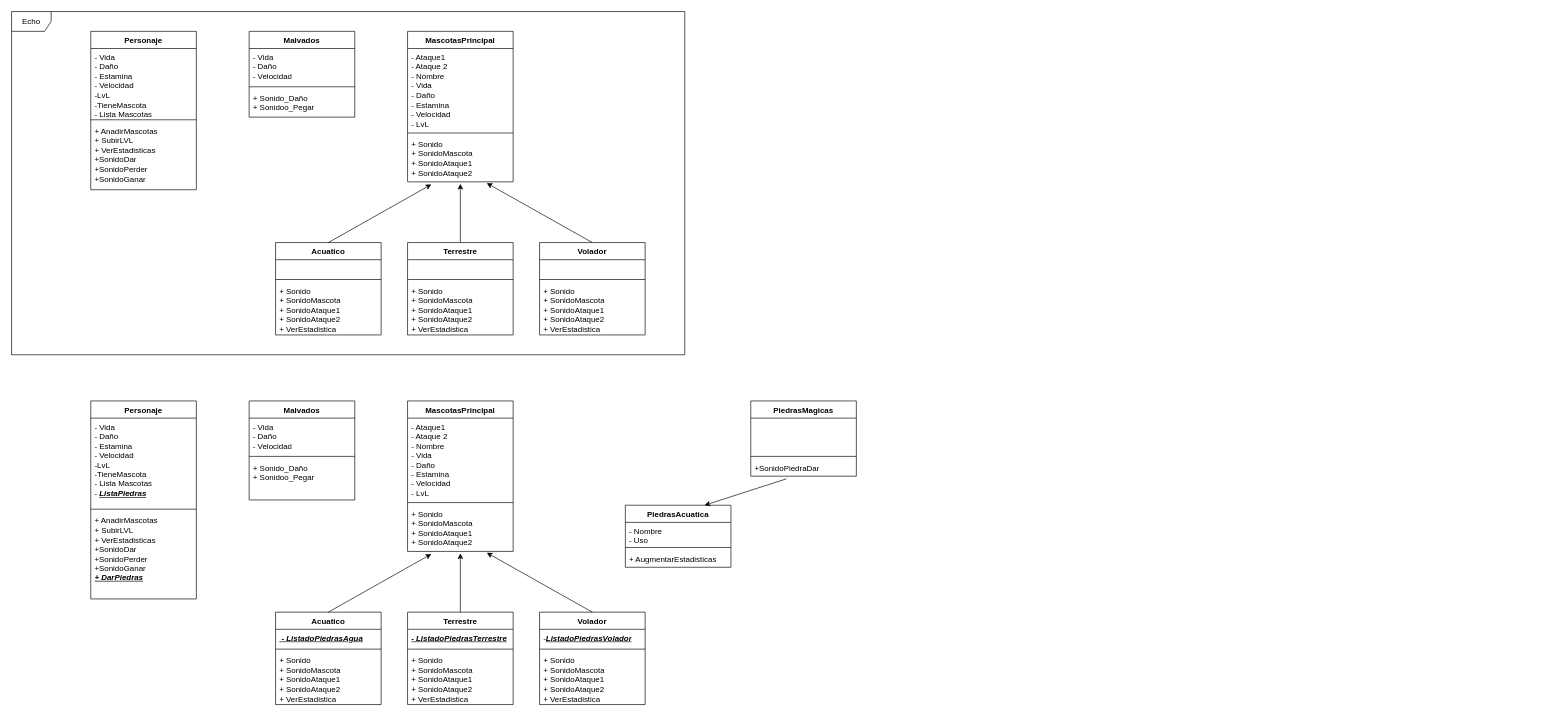
PereMateuRodriguez/Proyecto_Pokimin keeps this draw.io diagram as Diagrama.drawio. Above is the earlier version. Source tidied: cells renumbered, new cells numbered last; positions are measured from the earlier drawing's top-left corner, leaving out a move shared by most shapes. Both pictures are drawn from the tidied source at 66%, with x=0, y=0 at pixel (11, 11).
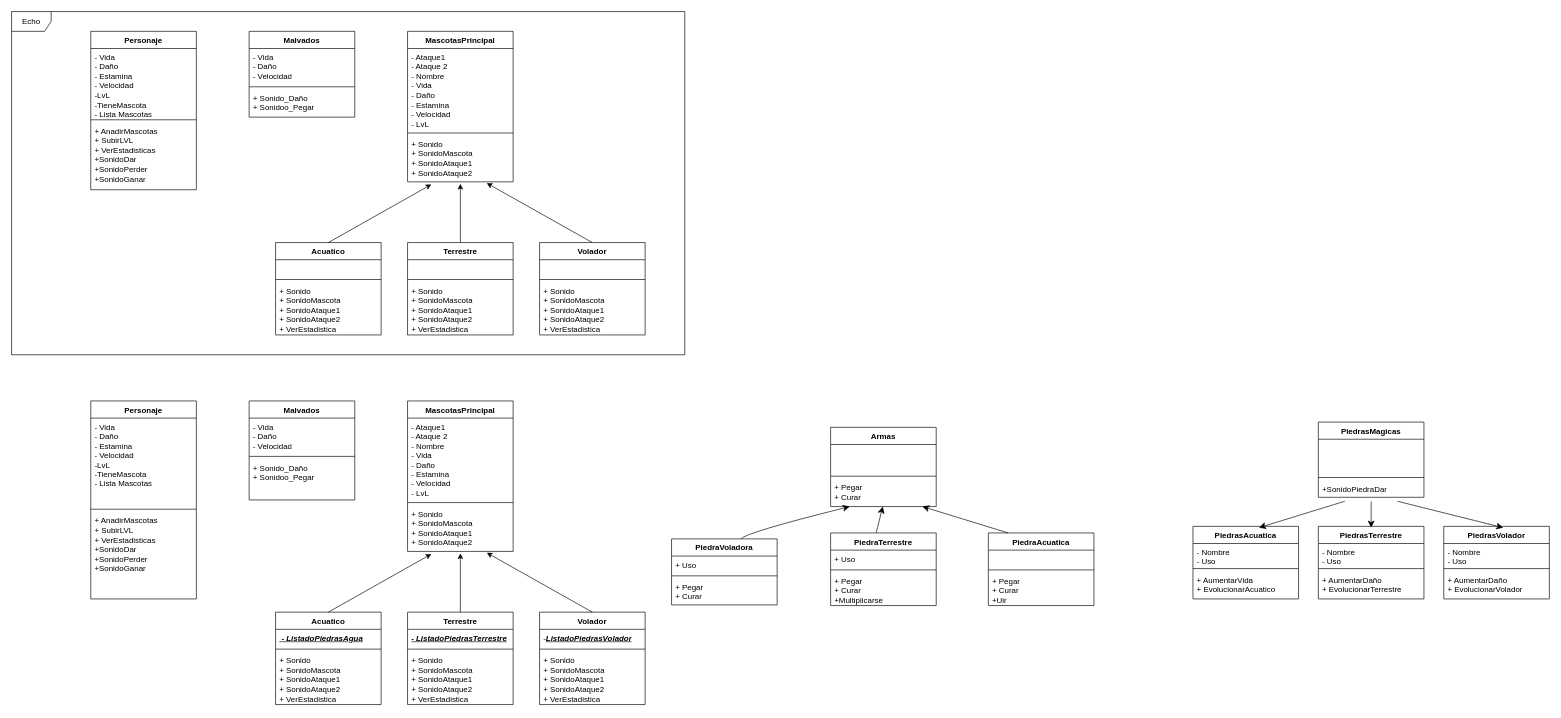
The same diagram, later.

The change refers to these unchanged cells:
```xml
<mxCell id="30" value="Personaje" style="swimlane;fontStyle=1;align=center;verticalAlign=top;horizontal=1;startSize=26;whiteSpace=wrap;html=1;" parent="1" vertex="1">
  <mxGeometry x="120" y="590" width="160" height="300" as="geometry" />
</mxCell>
<mxCell id="34" value="Malvados" style="swimlane;fontStyle=1;align=center;verticalAlign=top;horizontal=1;startSize=26;whiteSpace=wrap;html=1;" parent="1" vertex="1">
  <mxGeometry x="360" y="590" width="160" height="150" as="geometry" />
</mxCell>
<mxCell id="60" value="+SonidoPiedraDar" style="text;strokeColor=none;fillColor=none;align=left;verticalAlign=top;spacingLeft=4;spacingRight=4;overflow=hidden;points=[[0,0.5],[1,0.5]];portConstraint=eastwest;whiteSpace=wrap;html=1;" parent="57" vertex="1">
  <mxGeometry y="88" width="160" height="26" as="geometry" />
</mxCell>
```

The edit, as a diff of the source:
```diff
@@
-    <mxCell id="31" value="- Vida&lt;br&gt;- Daño&lt;br&gt;- Estamina&lt;br&gt;- Velocidad&lt;br&gt;-LvL&lt;br&gt;-TieneMascota&lt;br&gt;- Lista Mascotas&lt;br&gt;- &lt;i&gt;&lt;b&gt;&lt;u&gt;ListaPiedras&lt;/u&gt;&lt;/b&gt;&lt;/i&gt;" style="text;strokeColor=none;fillColor=none;align=left;verticalAlign=top;spacingLeft=4;spacingRight=4;overflow=hidden;whiteSpace=wrap;html=1;" parent="30" vertex="1">
+    <mxCell id="31" value="- Vida&lt;br&gt;- Daño&lt;br&gt;- Estamina&lt;br&gt;- Velocidad&lt;br&gt;-LvL&lt;br&gt;-TieneMascota&lt;br&gt;- Lista Mascotas" style="text;strokeColor=none;fillColor=none;align=left;verticalAlign=top;spacingLeft=4;spacingRight=4;overflow=hidden;whiteSpace=wrap;html=1;" parent="30" vertex="1">
       <mxGeometry y="26" width="160" height="134" as="geometry" />
     </mxCell>
@@
-    <mxCell id="33" value="+ AnadirMascotas&lt;br&gt;+ SubirLVL&lt;br&gt;+ VerEstadisticas&lt;br&gt;+SonidoDar&lt;br&gt;+SonidoPerder&lt;br&gt;+SonidoGanar&lt;br&gt;&lt;u style=&quot;&quot;&gt;&lt;i&gt;&lt;b&gt;+ DarPiedras&lt;/b&gt;&lt;/i&gt;&lt;/u&gt;" style="text;strokeColor=none;fillColor=none;align=left;verticalAlign=top;spacingLeft=4;spacingRight=4;overflow=hidden;whiteSpace=wrap;html=1;" parent="30" vertex="1">
+    <mxCell id="33" value="+ AnadirMascotas&lt;br&gt;+ SubirLVL&lt;br&gt;+ VerEstadisticas&lt;br&gt;+SonidoDar&lt;br&gt;+SonidoPerder&lt;br&gt;+SonidoGanar" style="text;strokeColor=none;fillColor=none;align=left;verticalAlign=top;spacingLeft=4;spacingRight=4;overflow=hidden;whiteSpace=wrap;html=1;" parent="30" vertex="1">
       <mxGeometry y="168" width="160" height="132" as="geometry" />
     </mxCell>
@@
-    <mxCell id="35" value="- Vida&lt;br&gt;- Daño&lt;br&gt;- Velocidad" style="text;strokeColor=none;fillColor=none;align=left;verticalAlign=top;spacingLeft=4;spacingRight=4;overflow=hidden;whiteSpace=wrap;html=1;" parent="34" vertex="1">
+    <mxCell id="35" value="- Vida&lt;br&gt;- Daño&lt;br&gt;- Velocidad" style="text;align=left;verticalAlign=top;spacingLeft=4;spacingRight=4;overflow=hidden;whiteSpace=wrap;html=1;" parent="34" vertex="1">
       <mxGeometry y="26" width="160" height="54" as="geometry" />
     </mxCell>
@@
     <mxCell id="57" value="PiedrasMagicas" style="swimlane;fontStyle=1;align=center;verticalAlign=top;horizontal=1;startSize=26;whiteSpace=wrap;html=1;" parent="1" vertex="1">
-      <mxGeometry x="1120" y="590" width="160" height="114" as="geometry" />
+      <mxGeometry x="1980" y="622" width="160" height="114" as="geometry" />
     </mxCell>
@@
     <mxCell id="61" value="PiedrasAcuatica" style="swimlane;fontStyle=1;align=center;verticalAlign=top;horizontal=1;startSize=26;whiteSpace=wrap;html=1;" parent="1" vertex="1">
-      <mxGeometry x="930" y="748" width="160" height="94" as="geometry" />
+      <mxGeometry x="1790" y="780" width="160" height="110" as="geometry" />
     </mxCell>
@@
-    <mxCell id="64" value="+ AugmentarEstadisticas" style="text;strokeColor=none;fillColor=none;align=left;verticalAlign=top;spacingLeft=4;spacingRight=4;overflow=hidden;whiteSpace=wrap;html=1;" parent="61" vertex="1">
-      <mxGeometry y="68" width="160" height="26" as="geometry" />
+    <mxCell id="64" value="+ AumentarVida&lt;div&gt;+ EvolucionarAcuatico&lt;/div&gt;" style="text;strokeColor=none;fillColor=none;align=left;verticalAlign=top;spacingLeft=4;spacingRight=4;overflow=hidden;whiteSpace=wrap;html=1;" parent="61" vertex="1">
+      <mxGeometry y="68" width="160" height="42" as="geometry" />
     </mxCell>
-    <mxCell id="65" style="endArrow=classic;html=1;rounded=0;exitX=0.338;exitY=1.154;exitDx=0;exitDy=0;exitPerimeter=0;entryX=0.75;entryY=0;entryDx=0;entryDy=0;" parent="1" edge="1" source="60" target="61">
-      <mxGeometry relative="1" as="geometry" />
-    </mxCell>
+    <mxCell id="66" value="PiedrasTerrestre" style="swimlane;fontStyle=1;align=center;verticalAlign=top;horizontal=1;startSize=26;whiteSpace=wrap;html=1;" parent="1" vertex="1">
+      <mxGeometry x="1980" y="780" width="160" height="110" as="geometry" />
+    </mxCell>
+    <mxCell id="67" value="- Nombre&lt;br&gt;- Uso" style="text;strokeColor=none;fillColor=none;align=left;verticalAlign=top;spacingLeft=4;spacingRight=4;overflow=hidden;whiteSpace=wrap;html=1;" parent="66" vertex="1">
+      <mxGeometry y="26" width="160" height="34" as="geometry" />
+    </mxCell>
+    <mxCell id="68" style="line;strokeWidth=1;fillColor=none;align=left;verticalAlign=middle;spacingTop=-1;spacingLeft=3;spacingRight=3;labelPosition=right;strokeColor=inherit;" parent="66" vertex="1">
+      <mxGeometry y="60" width="160" height="8" as="geometry" />
+    </mxCell>
+    <mxCell id="69" value="+ AumentarDaño&lt;div&gt;+ EvolucionarTerrestre&lt;/div&gt;" style="text;strokeColor=none;fillColor=none;align=left;verticalAlign=top;spacingLeft=4;spacingRight=4;overflow=hidden;whiteSpace=wrap;html=1;" parent="66" vertex="1">
+      <mxGeometry y="68" width="160" height="42" as="geometry" />
+    </mxCell>
+    <mxCell id="70" value="PiedrasVolador" style="swimlane;fontStyle=1;align=center;verticalAlign=top;horizontal=1;startSize=26;whiteSpace=wrap;html=1;" parent="1" vertex="1">
+      <mxGeometry x="2170" y="780" width="160" height="110" as="geometry" />
+    </mxCell>
+    <mxCell id="71" value="- Nombre&lt;br&gt;- Uso" style="text;strokeColor=none;fillColor=none;align=left;verticalAlign=top;spacingLeft=4;spacingRight=4;overflow=hidden;whiteSpace=wrap;html=1;" parent="70" vertex="1">
+      <mxGeometry y="26" width="160" height="34" as="geometry" />
+    </mxCell>
+    <mxCell id="72" style="line;strokeWidth=1;fillColor=none;align=left;verticalAlign=middle;spacingTop=-1;spacingLeft=3;spacingRight=3;labelPosition=right;strokeColor=inherit;" parent="70" vertex="1">
+      <mxGeometry y="60" width="160" height="8" as="geometry" />
+    </mxCell>
+    <mxCell id="73" value="+ AumentarDaño&lt;div&gt;+ EvolucionarVolador&lt;/div&gt;" style="text;strokeColor=none;fillColor=none;align=left;verticalAlign=top;spacingLeft=4;spacingRight=4;overflow=hidden;whiteSpace=wrap;html=1;" parent="70" vertex="1">
+      <mxGeometry y="68" width="160" height="42" as="geometry" />
+    </mxCell>
+    <mxCell id="74" style="endArrow=classic;html=1;rounded=0;fontSize=12;startSize=8;endSize=8;curved=1;entryX=0.625;entryY=0.018;entryDx=0;entryDy=0;entryPerimeter=0;" parent="1" edge="1" target="61">
+      <mxGeometry relative="1" as="geometry">
+        <mxPoint x="2020" y="742" as="sourcePoint" />
+      </mxGeometry>
+    </mxCell>
+    <mxCell id="75" style="endArrow=classic;html=1;rounded=0;fontSize=12;startSize=8;endSize=8;curved=1;entryX=0.5;entryY=0.018;entryDx=0;entryDy=0;entryPerimeter=0;" parent="1" edge="1" target="66">
+      <mxGeometry relative="1" as="geometry">
+        <mxPoint x="2060" y="742" as="sourcePoint" />
+      </mxGeometry>
+    </mxCell>
+    <mxCell id="76" style="endArrow=classic;html=1;rounded=0;fontSize=12;startSize=8;endSize=8;curved=1;entryX=0.563;entryY=0.018;entryDx=0;entryDy=0;entryPerimeter=0;" parent="1" edge="1" target="70">
+      <mxGeometry relative="1" as="geometry">
+        <mxPoint x="2100" y="742" as="sourcePoint" />
+      </mxGeometry>
+    </mxCell>
+    <mxCell id="77" value="Armas" style="swimlane;fontStyle=1;align=center;verticalAlign=top;horizontal=1;startSize=26;whiteSpace=wrap;html=1;" parent="1" vertex="1">
+      <mxGeometry x="1241" y="630" width="160" height="120" as="geometry" />
+    </mxCell>
+    <mxCell id="78" value="&lt;div&gt;&lt;br&gt;&lt;/div&gt;&lt;div&gt;&lt;br&gt;&lt;/div&gt;&lt;div&gt;&lt;br&gt;&lt;/div&gt;&lt;div&gt;&lt;br&gt;&lt;/div&gt;" style="text;strokeColor=none;fillColor=none;align=left;verticalAlign=top;spacingLeft=4;spacingRight=4;overflow=hidden;whiteSpace=wrap;html=1;" parent="77" vertex="1">
+      <mxGeometry y="26" width="160" height="44" as="geometry" />
+    </mxCell>
+    <mxCell id="79" style="line;strokeWidth=1;fillColor=none;align=left;verticalAlign=middle;spacingTop=-1;spacingLeft=3;spacingRight=3;labelPosition=right;strokeColor=inherit;" parent="77" vertex="1">
+      <mxGeometry y="70" width="160" height="8" as="geometry" />
+    </mxCell>
+    <mxCell id="80" value="+ Pegar&lt;div&gt;+ Curar&lt;/div&gt;&lt;div&gt;&lt;br&gt;&lt;/div&gt;" style="text;strokeColor=none;fillColor=none;align=left;verticalAlign=top;spacingLeft=4;spacingRight=4;overflow=hidden;points=[[0,0.5],[1,0.5]];portConstraint=eastwest;whiteSpace=wrap;html=1;" parent="77" vertex="1">
+      <mxGeometry y="78" width="160" height="42" as="geometry" />
+    </mxCell>
+    <mxCell id="81" style="endArrow=classic;html=1;rounded=0;fontSize=12;startSize=8;endSize=8;curved=1;entryX=0.494;entryY=1;entryDx=0;entryDy=0;entryPerimeter=0;" parent="77" edge="1" target="80">
+      <mxGeometry relative="1" as="geometry">
+        <mxPoint x="69" y="160" as="sourcePoint" />
+      </mxGeometry>
+    </mxCell>
+    <mxCell id="82" value="PiedraVoladora" style="swimlane;fontStyle=1;align=center;verticalAlign=top;horizontal=1;startSize=26;whiteSpace=wrap;html=1;" parent="1" vertex="1">
+      <mxGeometry x="1000" y="799" width="160" height="100" as="geometry" />
+    </mxCell>
+    <mxCell id="83" value="+ Uso" style="text;strokeColor=none;fillColor=none;align=left;verticalAlign=top;spacingLeft=4;spacingRight=4;overflow=hidden;whiteSpace=wrap;html=1;" parent="82" vertex="1">
+      <mxGeometry y="26" width="160" height="26" as="geometry" />
+    </mxCell>
+    <mxCell id="84" style="line;strokeWidth=1;fillColor=none;align=left;verticalAlign=middle;spacingTop=-1;spacingLeft=3;spacingRight=3;labelPosition=right;strokeColor=inherit;" parent="82" vertex="1">
+      <mxGeometry y="52" width="160" height="8" as="geometry" />
+    </mxCell>
+    <mxCell id="85" value="+ Pegar&lt;div&gt;+ Curar&lt;/div&gt;" style="text;strokeColor=none;fillColor=none;align=left;verticalAlign=top;spacingLeft=4;spacingRight=4;overflow=hidden;whiteSpace=wrap;html=1;" parent="82" vertex="1">
+      <mxGeometry y="60" width="160" height="40" as="geometry" />
+    </mxCell>
+    <mxCell id="86" value="PiedraTerrestre" style="swimlane;fontStyle=1;align=center;verticalAlign=top;horizontal=1;startSize=26;whiteSpace=wrap;html=1;" parent="1" vertex="1">
+      <mxGeometry x="1241" y="790" width="160" height="110" as="geometry" />
+    </mxCell>
+    <mxCell id="87" value="+ Uso" style="text;strokeColor=none;fillColor=none;align=left;verticalAlign=top;spacingLeft=4;spacingRight=4;overflow=hidden;whiteSpace=wrap;html=1;" parent="86" vertex="1">
+      <mxGeometry y="26" width="160" height="26" as="geometry" />
+    </mxCell>
+    <mxCell id="88" style="line;strokeWidth=1;fillColor=none;align=left;verticalAlign=middle;spacingTop=-1;spacingLeft=3;spacingRight=3;labelPosition=right;strokeColor=inherit;" parent="86" vertex="1">
+      <mxGeometry y="52" width="160" height="8" as="geometry" />
+    </mxCell>
+    <mxCell id="89" value="+ Pegar&lt;div&gt;+ Curar&lt;/div&gt;&lt;div&gt;+Multiplicarse&lt;/div&gt;" style="text;strokeColor=none;fillColor=none;align=left;verticalAlign=top;spacingLeft=4;spacingRight=4;overflow=hidden;whiteSpace=wrap;html=1;" parent="86" vertex="1">
+      <mxGeometry y="60" width="160" height="50" as="geometry" />
+    </mxCell>
+    <mxCell id="90" value="PiedraAcuatica" style="swimlane;fontStyle=1;align=center;verticalAlign=top;horizontal=1;startSize=26;whiteSpace=wrap;html=1;" parent="1" vertex="1">
+      <mxGeometry x="1480" y="790" width="160" height="110" as="geometry" />
+    </mxCell>
+    <mxCell id="91" value="&lt;div&gt;&lt;br&gt;&lt;/div&gt;&lt;div&gt;&lt;br&gt;&lt;/div&gt;&lt;div&gt;&lt;br&gt;&lt;/div&gt;" style="text;strokeColor=none;fillColor=none;align=left;verticalAlign=top;spacingLeft=4;spacingRight=4;overflow=hidden;whiteSpace=wrap;html=1;" parent="90" vertex="1">
+      <mxGeometry y="26" width="160" height="26" as="geometry" />
+    </mxCell>
+    <mxCell id="92" style="line;strokeWidth=1;fillColor=none;align=left;verticalAlign=middle;spacingTop=-1;spacingLeft=3;spacingRight=3;labelPosition=right;strokeColor=inherit;" parent="90" vertex="1">
+      <mxGeometry y="52" width="160" height="8" as="geometry" />
+    </mxCell>
+    <mxCell id="93" value="+ Pegar&lt;div&gt;+ Curar&lt;/div&gt;&lt;div&gt;+Uir&lt;/div&gt;" style="text;strokeColor=none;fillColor=none;align=left;verticalAlign=top;spacingLeft=4;spacingRight=4;overflow=hidden;whiteSpace=wrap;html=1;" parent="90" vertex="1">
+      <mxGeometry y="60" width="160" height="50" as="geometry" />
+    </mxCell>
+    <mxCell id="94" style="endArrow=classic;html=1;rounded=0;fontSize=12;startSize=8;endSize=8;curved=1;entryX=0.181;entryY=1;entryDx=0;entryDy=0;entryPerimeter=0;" parent="1" edge="1" source="82" target="80">
+      <mxGeometry relative="1" as="geometry">
+        <Array as="points">
+          <mxPoint x="1110" y="790" />
+        </Array>
+      </mxGeometry>
+    </mxCell>
+    <mxCell id="95" style="endArrow=classic;html=1;rounded=0;fontSize=12;startSize=8;endSize=8;curved=1;entryX=0.869;entryY=1;entryDx=0;entryDy=0;entryPerimeter=0;" parent="1" edge="1" target="80">
+      <mxGeometry relative="1" as="geometry">
+        <mxPoint x="1510" y="790" as="sourcePoint" />
+      </mxGeometry>
+    </mxCell>
```
